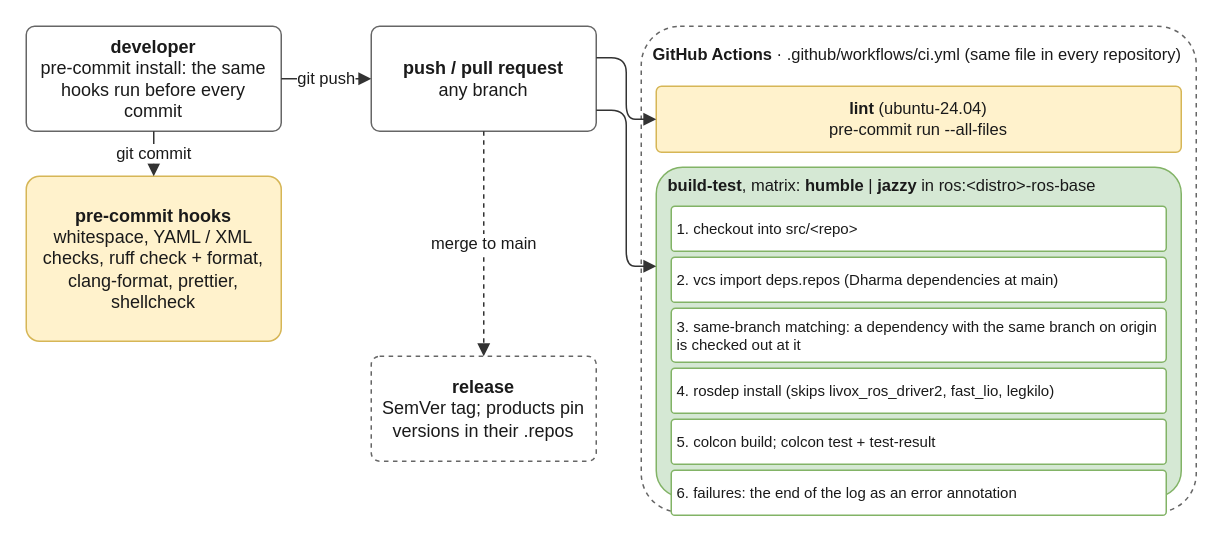
This is docs/diagrams/ci.drawio from DarmawanRobotics/Dharma, a draw.io file, before an edit. Source tidied: cells renumbered, new cells numbered last; positions are measured from the earlier drawing's top-left corner, leaving out a move shared by most shapes. Both pictures are drawn from the tidied source at 150%, with x=0, y=0 at pixel (26, 26).
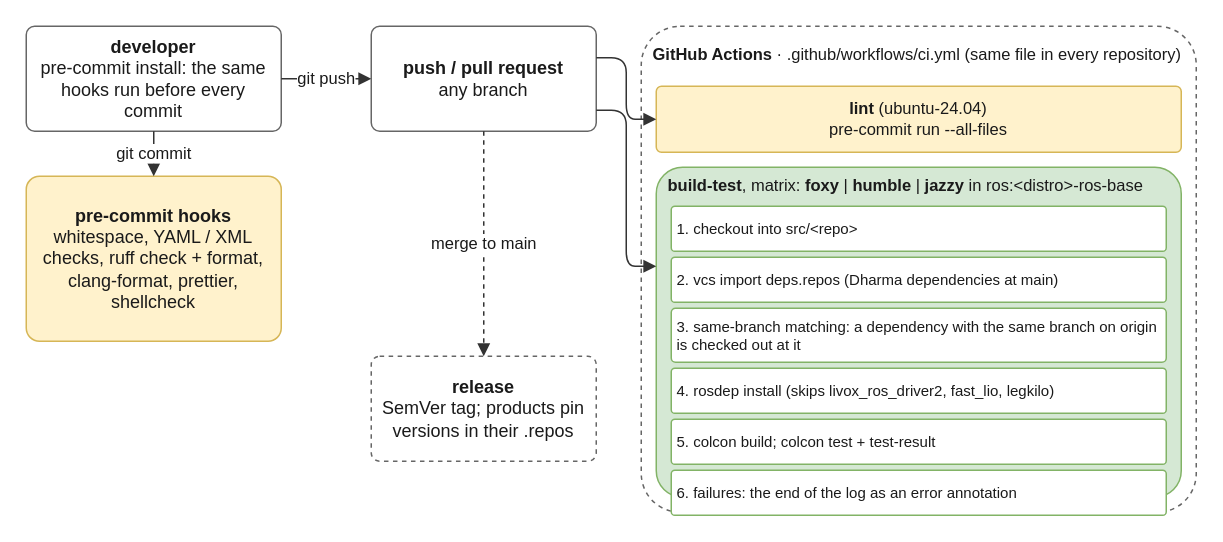
Above is the later version.

Commit message (it also covers changes not shown here):
docs(diagrams): foxy in the ci matrix

Change to the diagram source:
```diff
@@
-    <mxCell id="12" value="&lt;b&gt;build-test&lt;/b&gt;, matrix: &lt;b&gt;humble&lt;/b&gt; | &lt;b&gt;jazzy&lt;/b&gt; in ros:&amp;lt;distro&amp;gt;-ros-base" style="text;html=1;whiteSpace=wrap;fontFamily=Helvetica;fontColor=#1a1a1a;fontSize=11;align=left;verticalAlign=middle;strokeColor=none;fillColor=none;spacing=2;" parent="1" vertex="1">
+    <mxCell id="12" value="&lt;b&gt;build-test&lt;/b&gt;, matrix: &lt;b&gt;foxy&lt;/b&gt; | &lt;b&gt;humble&lt;/b&gt; | &lt;b&gt;jazzy&lt;/b&gt; in ros:&amp;lt;distro&amp;gt;-ros-base" style="text;html=1;whiteSpace=wrap;fontFamily=Helvetica;fontColor=#1a1a1a;fontSize=11;align=left;verticalAlign=middle;strokeColor=none;fillColor=none;spacing=2;" parent="1" vertex="1">
       <mxGeometry x="426" y="96" width="340" height="20" as="geometry" />
     </mxCell>
```
